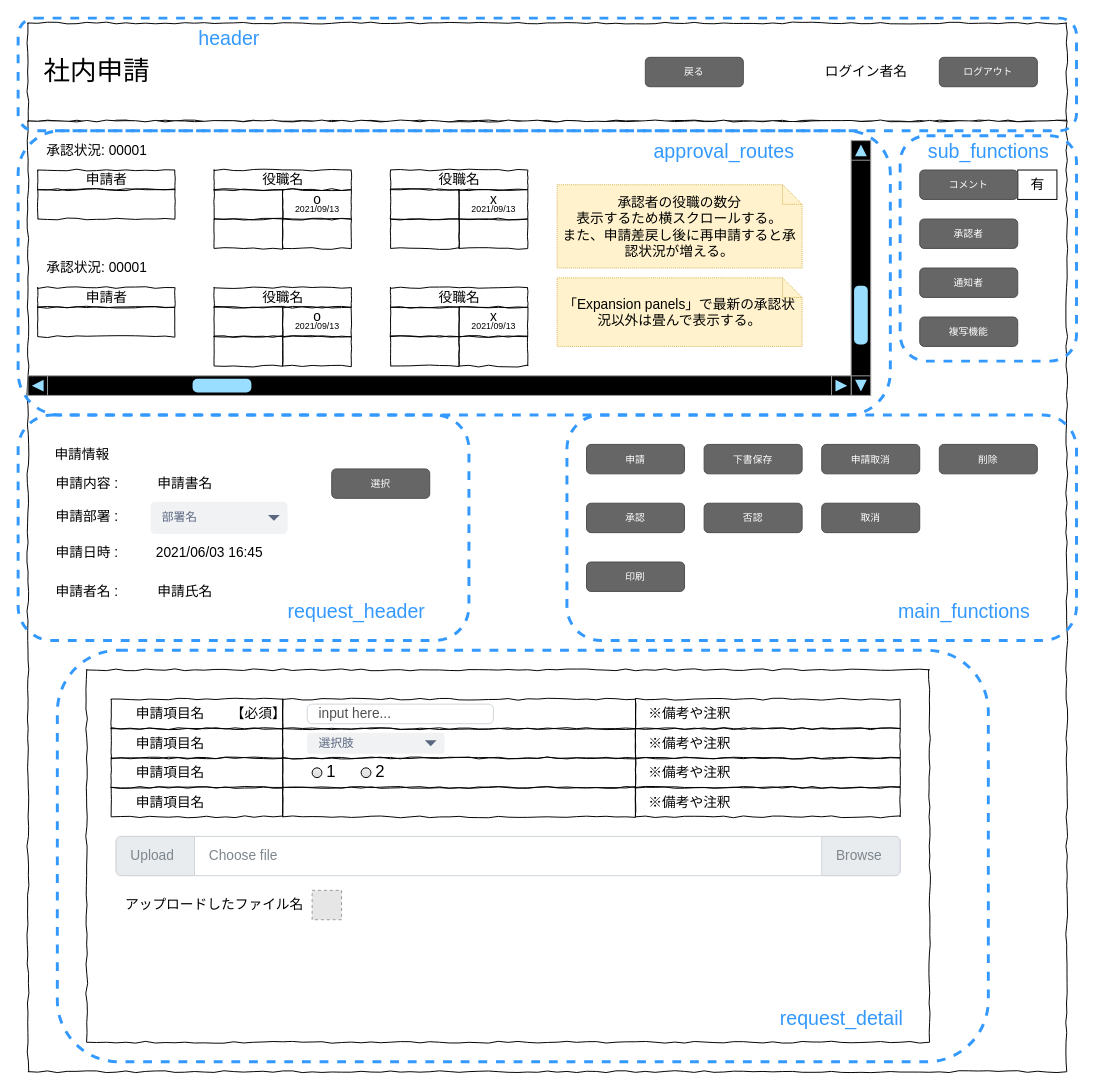
The draw.io diagram page "申請詳細" (2 of 2) of docs/設計資料/01_画面/画面イメージ.drawio in haphuongnt96/Django-REST-Practice, before the edit. Source tidied: cells renumbered, new cells numbered last; positions are measured from the earlier drawing's top-left corner, leaving out a move shared by most shapes. Both pictures are drawn from the tidied source at 98%, with x=0, y=0 at pixel (18, 18). Pictures stored in the file or linked from it are replaced by grey dashed boxes.
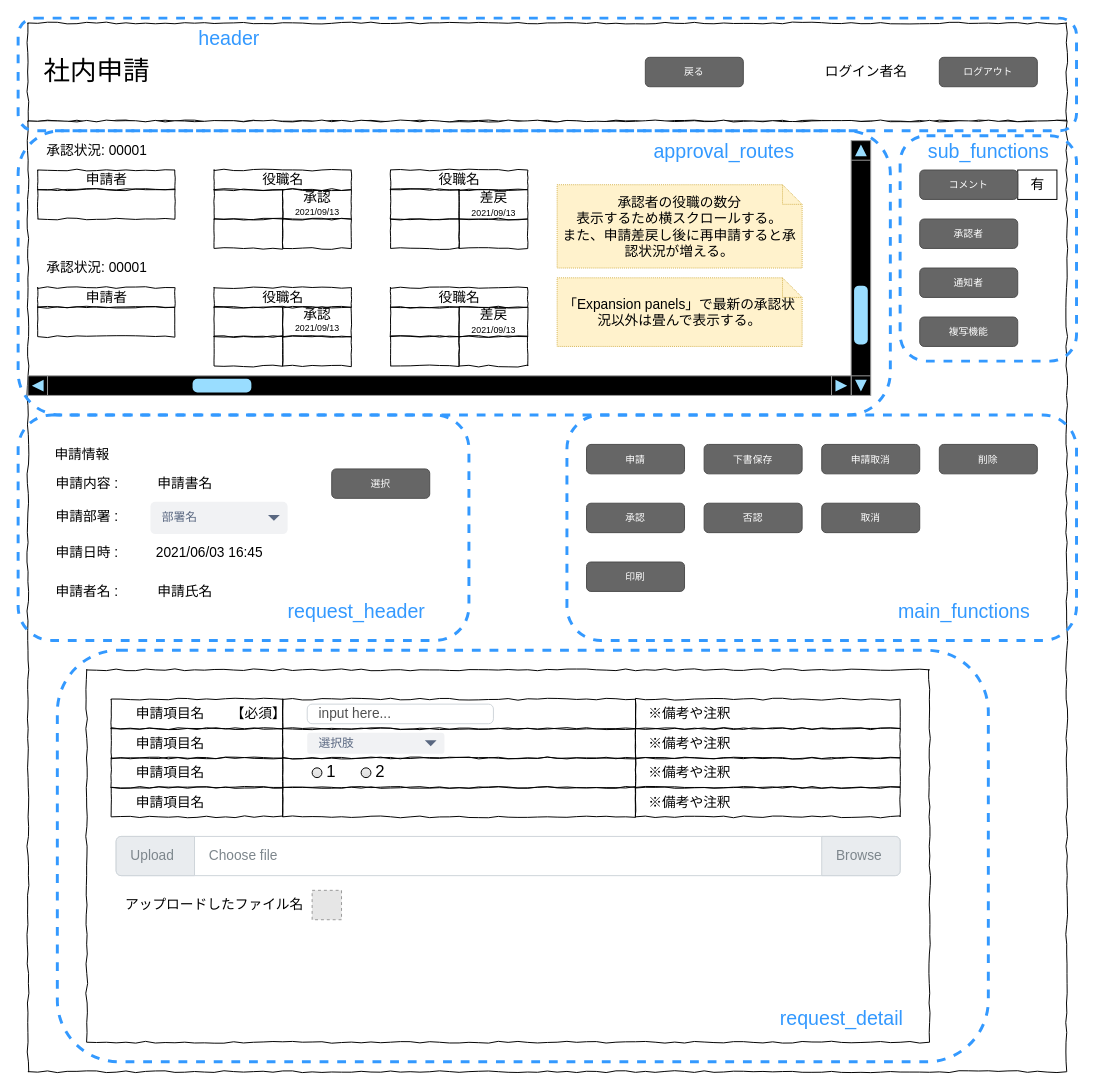
Above is the later version.

Commit message (it also covers changes not shown here):
画面イメージを1ファイルにまとめる

Diff of the diagram source:
```diff
@@
-    <mxCell id="22" value="o" style="text;html=1;align=center;verticalAlign=middle;fillColor=none;strokeColor=none;rounded=0;dashed=1;fontSize=14;" parent="1" vertex="1">
-      <mxGeometry x="295" y="175" width="20" height="20" as="geometry" />
+    <mxCell id="22" value="承認" style="text;html=1;align=center;verticalAlign=middle;fillColor=none;strokeColor=none;rounded=0;dashed=1;fontSize=14;" parent="1" vertex="1">
+      <mxGeometry x="285" y="172.5" width="40" height="20" as="geometry" />
     </mxCell>
-    <mxCell id="23" value="x" style="text;html=1;align=center;verticalAlign=middle;fillColor=none;strokeColor=none;rounded=0;dashed=1;fontSize=14;" parent="1" vertex="1">
-      <mxGeometry x="475" y="175" width="20" height="20" as="geometry" />
+    <mxCell id="23" value="差戻" style="text;html=1;align=center;verticalAlign=middle;fillColor=none;strokeColor=none;rounded=0;dashed=1;fontSize=14;" parent="1" vertex="1">
+      <mxGeometry x="465" y="173" width="40" height="20" as="geometry" />
     </mxCell>
     <mxCell id="24" value="2021/09/13" style="text;html=1;align=center;verticalAlign=middle;fillColor=none;strokeColor=none;rounded=0;dashed=1;fontSize=9;" parent="1" vertex="1">
-      <mxGeometry x="270" y="185" width="70" height="20" as="geometry" />
+      <mxGeometry x="270" y="187.5" width="70" height="20" as="geometry" />
     </mxCell>
     <mxCell id="25" value="2021/09/13" style="text;html=1;align=center;verticalAlign=middle;fillColor=none;strokeColor=none;rounded=0;dashed=1;fontSize=9;" parent="1" vertex="1">
-      <mxGeometry x="450" y="185" width="70" height="20" as="geometry" />
+      <mxGeometry x="450" y="189" width="70" height="20" as="geometry" />
     </mxCell>
@@
-    <mxCell id="44" value="o" style="text;html=1;align=center;verticalAlign=middle;fillColor=none;strokeColor=none;rounded=0;dashed=1;fontSize=14;" parent="1" vertex="1">
-      <mxGeometry x="295" y="295" width="20" height="20" as="geometry" />
-    </mxCell>
-    <mxCell id="45" value="x" style="text;html=1;align=center;verticalAlign=middle;fillColor=none;strokeColor=none;rounded=0;dashed=1;fontSize=14;" parent="1" vertex="1">
-      <mxGeometry x="475" y="295" width="20" height="20" as="geometry" />
-    </mxCell>
-    <mxCell id="46" value="2021/09/13" style="text;html=1;align=center;verticalAlign=middle;fillColor=none;strokeColor=none;rounded=0;dashed=1;fontSize=9;" parent="1" vertex="1">
-      <mxGeometry x="270" y="305" width="70" height="20" as="geometry" />
-    </mxCell>
-    <mxCell id="47" value="2021/09/13" style="text;html=1;align=center;verticalAlign=middle;fillColor=none;strokeColor=none;rounded=0;dashed=1;fontSize=9;" parent="1" vertex="1">
-      <mxGeometry x="450" y="305" width="70" height="20" as="geometry" />
-    </mxCell>
@@
-    <mxCell id="98" style="rounded=1;whiteSpace=wrap;html=1;fontSize=30;fontColor=#3399FF;fillColor=none;dashed=1;strokeWidth=3;strokeColor=#3399FF;" parent="1" vertex="1">
+    <mxCell id="98" style="rounded=1;whiteSpace=wrap;html=1;fontSize=30;fontColor=#3399FF;fillColor=none;dashed=1;strokeWidth=3;strokeColor=#3399FF;fontStyle=0;" parent="1" vertex="1">
       <mxGeometry y="115" width="890" height="290" as="geometry" />
     </mxCell>
@@
+    <mxCell id="121" value="承認" style="text;html=1;align=center;verticalAlign=middle;fillColor=none;strokeColor=none;rounded=0;dashed=1;fontSize=14;" parent="1" vertex="1">
+      <mxGeometry x="285" y="292" width="40" height="20" as="geometry" />
+    </mxCell>
+    <mxCell id="122" value="2021/09/13" style="text;html=1;align=center;verticalAlign=middle;fillColor=none;strokeColor=none;rounded=0;dashed=1;fontSize=9;" parent="1" vertex="1">
+      <mxGeometry x="270" y="307" width="70" height="20" as="geometry" />
+    </mxCell>
+    <mxCell id="123" value="2021/09/13" style="text;html=1;align=center;verticalAlign=middle;fillColor=none;strokeColor=none;rounded=0;dashed=1;fontSize=9;" parent="1" vertex="1">
+      <mxGeometry x="450" y="309" width="70" height="20" as="geometry" />
+    </mxCell>
+    <mxCell id="124" value="差戻" style="text;html=1;align=center;verticalAlign=middle;fillColor=none;strokeColor=none;rounded=0;dashed=1;fontSize=14;" parent="1" vertex="1">
+      <mxGeometry x="465" y="293" width="40" height="20" as="geometry" />
+    </mxCell>
```
